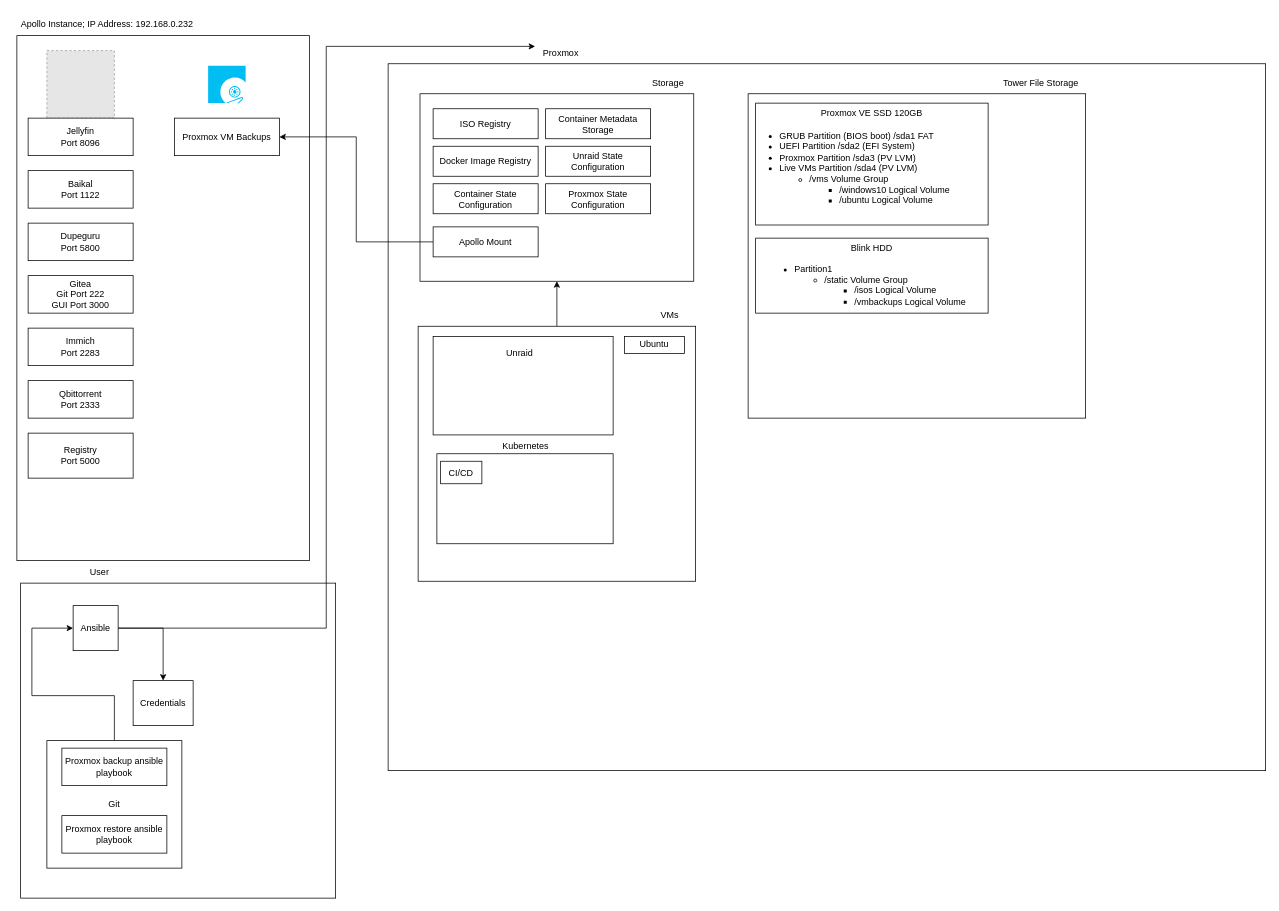
This is diagrams/proxmox.drawio from alialiusefi/tower-proxmox, a draw.io file, before an edit. Source tidied: cells renumbered, new cells numbered last; positions are measured from the earlier drawing's top-left corner, leaving out a move shared by most shapes. Both pictures are drawn from the tidied source at 75%, with x=0, y=0 at pixel (13, 13). Pictures stored in the file or linked from it are replaced by grey dashed boxes.
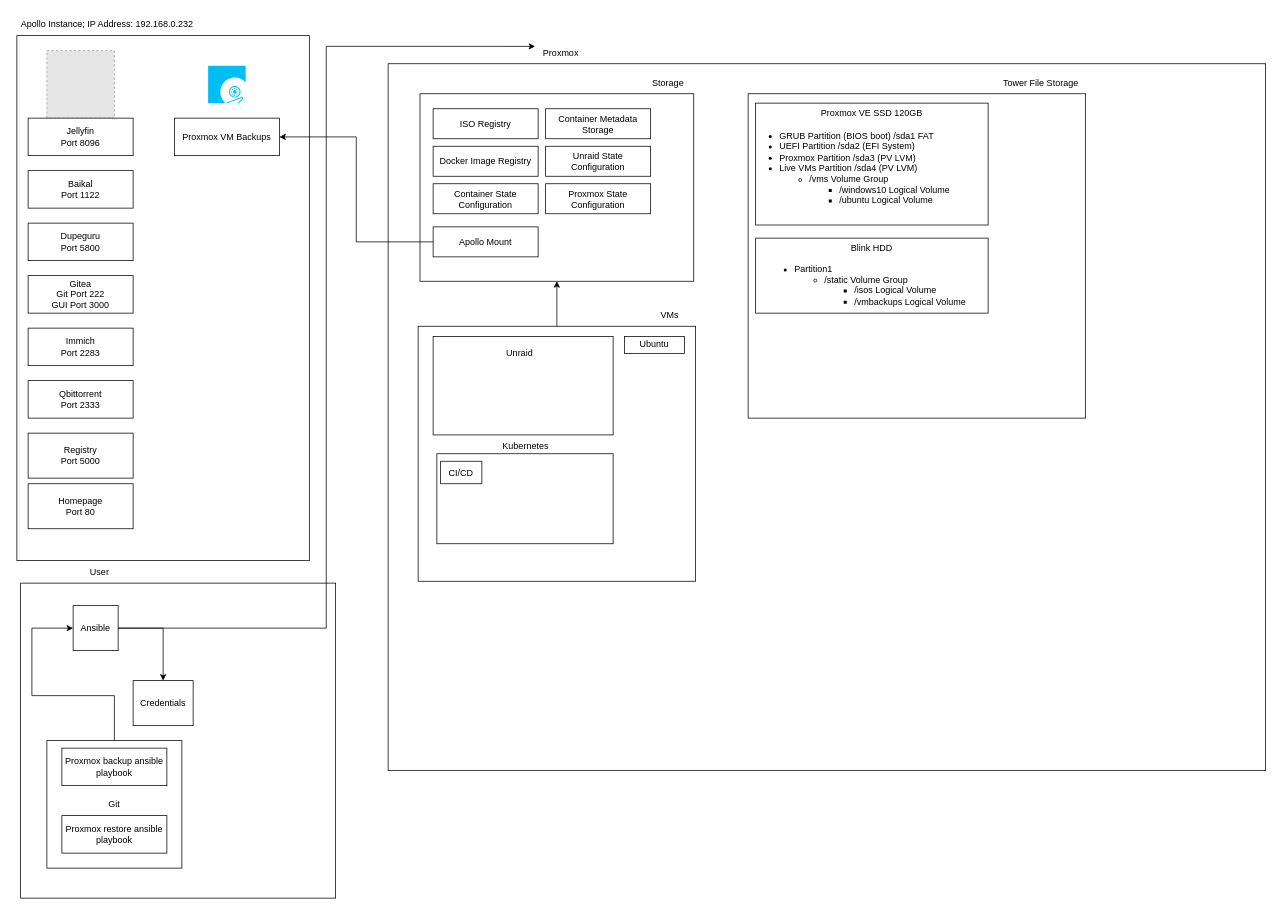
After the change.

Change to the diagram source:
```diff
@@
+    <mxCell id="52" value="&lt;div&gt;Homepage&lt;/div&gt;&lt;div&gt;Port 80&lt;/div&gt;" style="rounded=0;whiteSpace=wrap;html=1;" parent="1" vertex="1">
+      <mxGeometry x="20" y="627.5" width="140" height="60" as="geometry" />
+    </mxCell>
```
